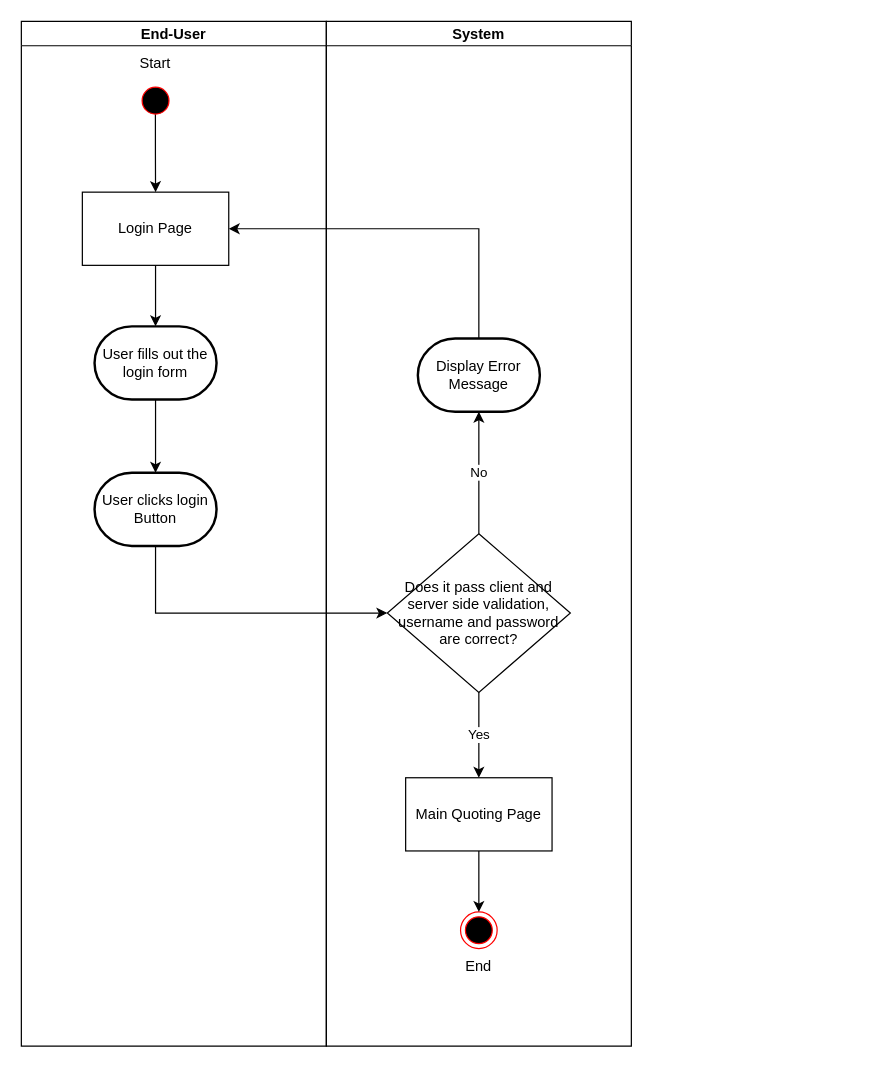
Above: Activity_Diagrams/End-User/EndUserLogin.drawio in Awrmani/AutoQuotes (draw.io), before the change. Source tidied: cells renumbered, new cells numbered last; positions are measured from the earlier drawing's top-left corner, leaving out a move shared by most shapes. Both pictures are drawn from the tidied source at 122%, with x=0, y=0 at pixel (21, 21).
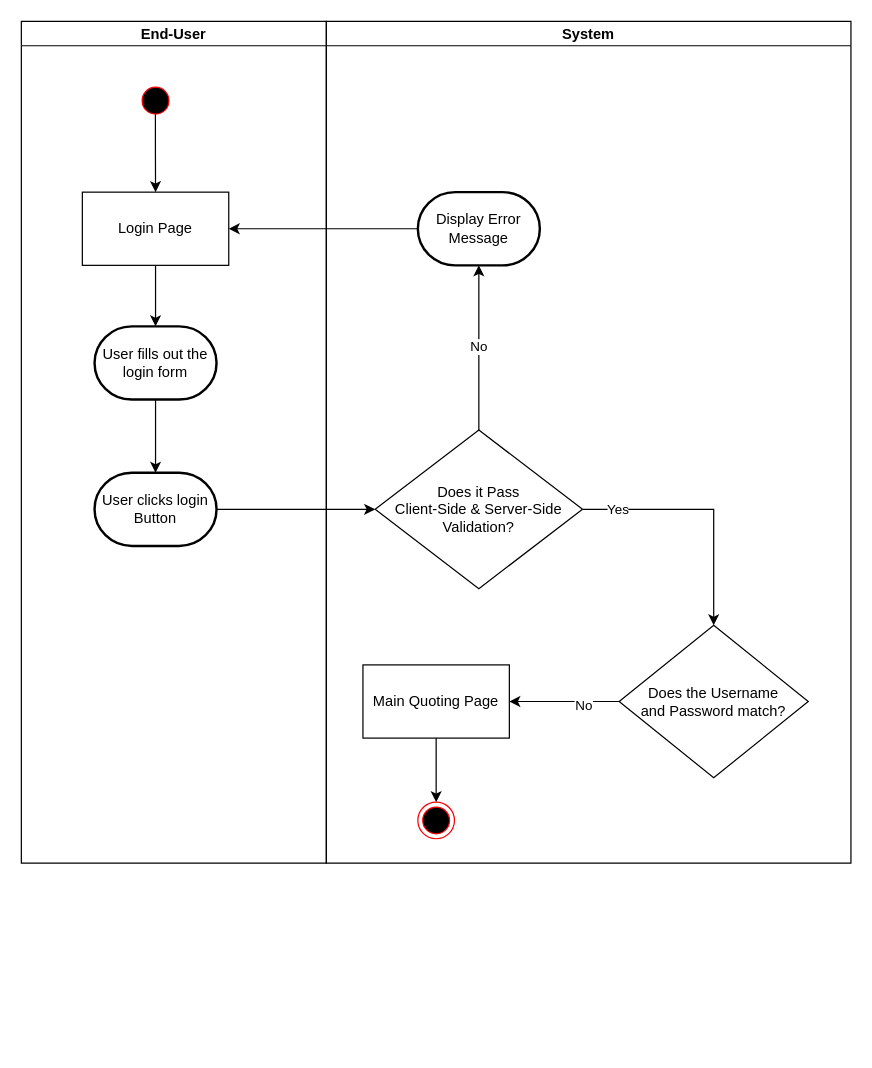
After the change.

Unchanged cells that the change refers to:
```xml
<mxCell id="6" value="Login Page" style="rounded=0;whiteSpace=wrap;html=1;" parent="2" vertex="1">
  <mxGeometry x="50" y="140" width="120" height="60" as="geometry" />
</mxCell>
<mxCell id="9" value="User clicks login Button" style="strokeWidth=2;html=1;shape=mxgraph.flowchart.terminator;whiteSpace=wrap;" parent="2" vertex="1">
  <mxGeometry x="60" y="370" width="100" height="60" as="geometry" />
</mxCell>
```

Change to the diagram source:
```diff
@@
     <mxCell id="2" value="End-User" style="swimlane;startSize=20;" parent="1" vertex="1">
-      <mxGeometry width="250" height="840" as="geometry" />
+      <mxGeometry width="250" height="690" as="geometry" />
     </mxCell>
@@
-    <mxCell id="5" value="Start" style="text;html=1;strokeColor=none;fillColor=none;align=center;verticalAlign=middle;whiteSpace=wrap;rounded=0;" parent="2" vertex="1">
-      <mxGeometry x="80" y="20" width="60" height="30" as="geometry" />
-    </mxCell>
@@
     <mxCell id="11" value="System" style="swimlane;startSize=20;" parent="1" vertex="1">
-      <mxGeometry x="250" width="250" height="840" as="geometry" />
+      <mxGeometry x="250" width="430" height="690" as="geometry" />
     </mxCell>
@@
-    <mxCell id="13" value="Yes" style="edgeStyle=orthogonalEdgeStyle;rounded=0;jettySize=auto;html=1;" parent="11" edge="1" source="14" target="19">
-      <mxGeometry relative="1" as="geometry" />
+    <mxCell id="13" value="Yes" style="edgeStyle=orthogonalEdgeStyle;rounded=0;jettySize=auto;html=1;" parent="11" edge="1" source="14" target="23">
+      <mxGeometry x="-0.7" relative="1" as="geometry">
+        <mxPoint x="-1" as="offset" />
+      </mxGeometry>
     </mxCell>
-    <mxCell id="14" value="Does it pass client and server side validation, username and password are correct?" style="rhombus;whiteSpace=wrap;html=1;" parent="11" vertex="1">
-      <mxGeometry x="50" y="420" width="150" height="130" as="geometry" />
+    <mxCell id="14" value="Does it Pass &lt;br&gt;Client-Side &amp;amp; Server-Side Validation?" style="rhombus;whiteSpace=wrap;html=1;" parent="11" vertex="1">
+      <mxGeometry x="40" y="335" width="170" height="130" as="geometry" />
     </mxCell>
     <mxCell id="15" value="Display Error Message" style="strokeWidth=2;html=1;shape=mxgraph.flowchart.terminator;whiteSpace=wrap;" parent="11" vertex="1">
-      <mxGeometry x="75" y="260" width="100" height="60" as="geometry" />
+      <mxGeometry x="75" y="140" width="100" height="60" as="geometry" />
     </mxCell>
-    <mxCell id="16" value="End" style="text;html=1;strokeColor=none;fillColor=none;align=center;verticalAlign=middle;whiteSpace=wrap;rounded=0;" parent="11" vertex="1">
-      <mxGeometry x="95" y="760" width="60" height="30" as="geometry" />
-    </mxCell>
     <mxCell id="17" style="ellipse;html=1;shape=endState;fillColor=#000000;strokeColor=#ff0000;" parent="11" vertex="1">
-      <mxGeometry x="110" y="730" width="30" height="30" as="geometry" />
+      <mxGeometry x="75" y="640" width="30" height="30" as="geometry" />
     </mxCell>
@@
     <mxCell id="19" value="Main Quoting Page" style="rounded=0;whiteSpace=wrap;html=1;" parent="11" vertex="1">
-      <mxGeometry x="65" y="620" width="120" height="60" as="geometry" />
+      <mxGeometry x="30" y="527.5" width="120" height="60" as="geometry" />
     </mxCell>
+    <mxCell id="22" value="No" style="edgeStyle=orthogonalEdgeStyle;rounded=0;jettySize=auto;html=1;entryX=1;entryY=0.5;entryDx=0;entryDy=0;" parent="11" edge="1" source="23" target="19">
+      <mxGeometry x="-0.33" y="3" relative="1" as="geometry">
+        <mxPoint x="1" as="offset" />
+      </mxGeometry>
+    </mxCell>
+    <mxCell id="23" value="Does the Username &lt;br&gt;and Password match?" style="rhombus;whiteSpace=wrap;html=1;" parent="11" vertex="1">
+      <mxGeometry x="240" y="495" width="155" height="125" as="geometry" />
+    </mxCell>
     <mxCell id="20" style="edgeStyle=orthogonalEdgeStyle;rounded=0;jettySize=auto;html=1;entryX=0;entryY=0.5;entryDx=0;entryDy=0;" parent="1" edge="1" source="9" target="14">
       <mxGeometry relative="1" as="geometry">
         <Array as="points">
-          <mxPoint x="110" y="485" />
+          <mxPoint x="230" y="400" />
+          <mxPoint x="230" y="400" />
         </Array>
       </mxGeometry>
     </mxCell>
-    <mxCell id="21" style="edgeStyle=orthogonalEdgeStyle;rounded=0;jettySize=auto;html=1;entryX=1;entryY=0.5;entryDx=0;entryDy=0;" parent="1" edge="1" source="15" target="6">
+    <mxCell id="21" style="edgeStyle=orthogonalEdgeStyle;rounded=0;jettySize=auto;html=1;entryX=1;entryY=0.5;entryDx=0;entryDy=0;exitX=0;exitY=0.5;exitDx=0;exitDy=0;exitPerimeter=0;" parent="1" edge="1" source="15" target="6">
       <mxGeometry relative="1" as="geometry">
         <Array as="points">
-          <mxPoint x="375" y="170" />
+          <mxPoint x="300" y="170" />
+          <mxPoint x="300" y="170" />
         </Array>
       </mxGeometry>
     </mxCell>
```
